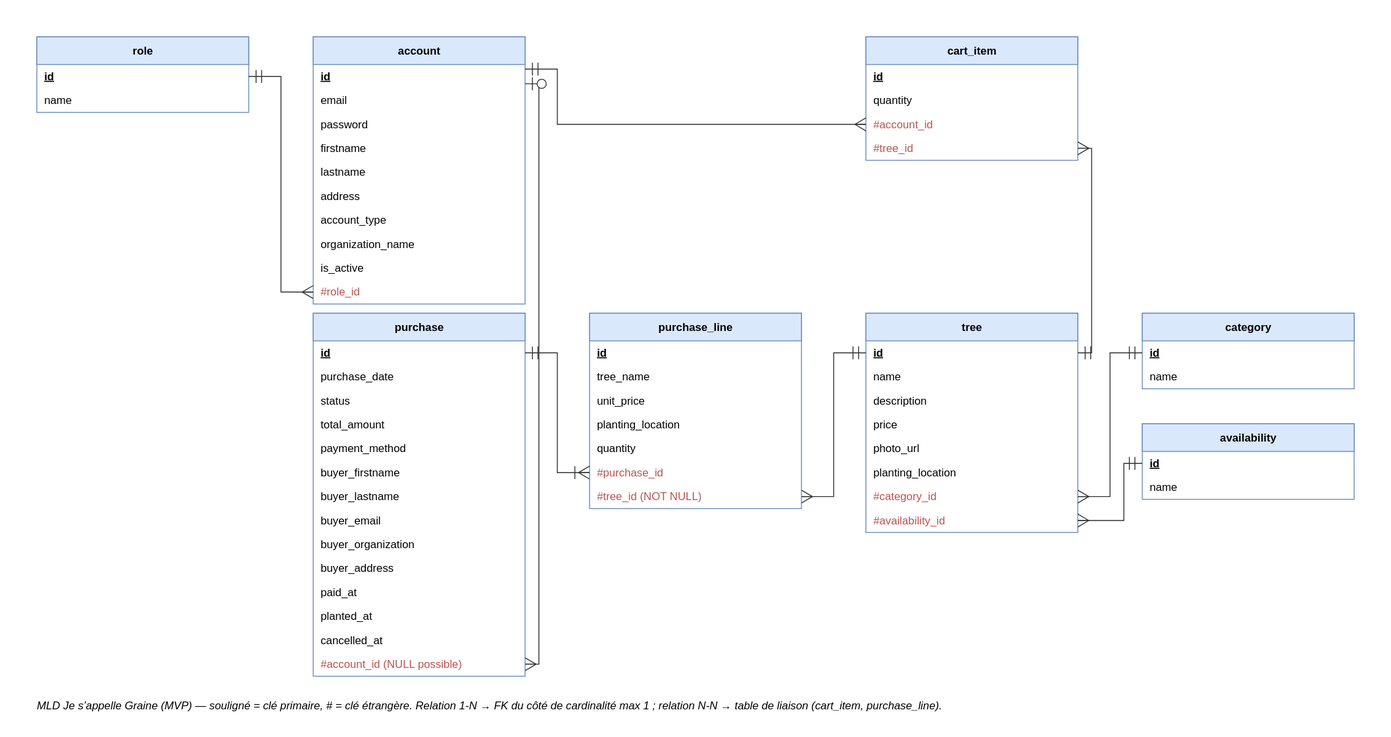
The draw.io diagram docs/conception/modele-de-donnees/06b-mld.drawio.svg in DimitryDereppe/je-s-appelle-graine, before a commit. Source tidied: cells renumbered, new cells last; positions are measured from the earlier drawing's top-left corner, leaving out a move shared by most shapes.
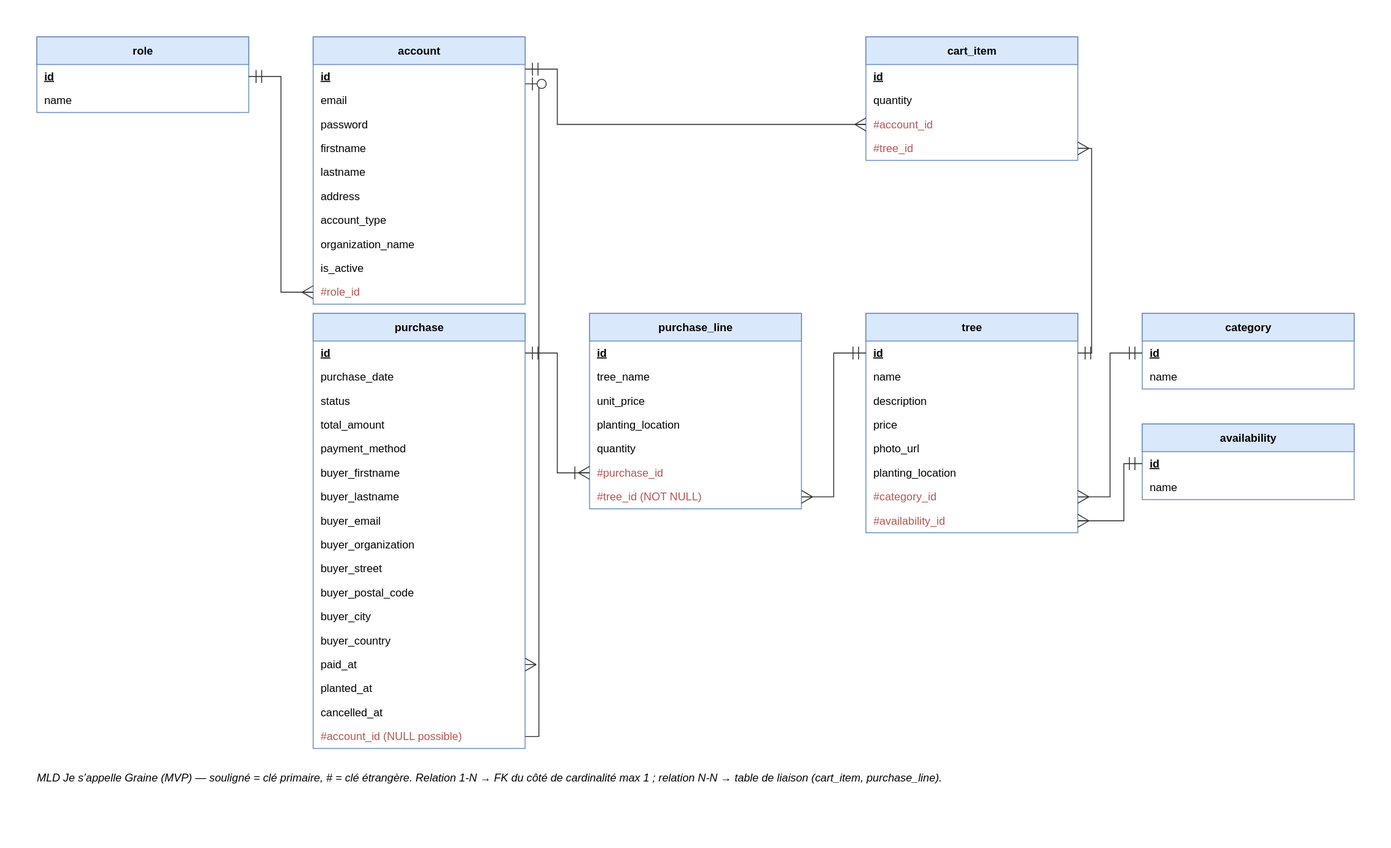
Later version of the same file.

The edit, as a diff of the source:
```diff
@@ -60,7 +60,7 @@
       <mxGeometry y="108" width="230" height="26" as="geometry" />
     </mxCell>
     <mxCell id="21" value="purchase" style="swimlane;fontStyle=1;align=center;startSize=30;html=1;whiteSpace=wrap;fillColor=#dae8fc;strokeColor=#6c8ebf;horizontal=1;" parent="1" vertex="1">
-      <mxGeometry x="300" y="300" width="230" height="394" as="geometry" />
+      <mxGeometry x="300" y="300" width="230" height="472" as="geometry" />
     </mxCell>
     <mxCell id="22" value="&lt;u&gt;&lt;b&gt;id&lt;/b&gt;&lt;/u&gt;" style="text;html=1;align=left;verticalAlign=middle;spacingLeft=8;strokeColor=none;fillColor=none;" parent="21" vertex="1">
       <mxGeometry y="30" width="230" height="26" as="geometry" />
@@ -89,20 +89,29 @@
     <mxCell id="30" value="buyer_organization" style="text;html=1;align=left;verticalAlign=middle;spacingLeft=8;strokeColor=none;fillColor=none;" parent="21" vertex="1">
       <mxGeometry y="238" width="230" height="26" as="geometry" />
     </mxCell>
-    <mxCell id="31" value="buyer_address" style="text;html=1;align=left;verticalAlign=middle;spacingLeft=8;strokeColor=none;fillColor=none;" parent="21" vertex="1">
-      <mxGeometry y="264" width="230" height="26" as="geometry" />
-    </mxCell>
+    <mxCell id="68" value="buyer_street" style="text;html=1;align=left;verticalAlign=middle;spacingLeft=8;strokeColor=none;fillColor=none;" parent="21" vertex="1">
+      <mxGeometry y="264" width="230" height="26" as="geometry" />
+    </mxCell>
+    <mxCell id="69" value="buyer_postal_code" style="text;html=1;align=left;verticalAlign=middle;spacingLeft=8;strokeColor=none;fillColor=none;" parent="21" vertex="1">
+      <mxGeometry y="290" width="230" height="26" as="geometry" />
+    </mxCell>
+    <mxCell id="70" value="buyer_city" style="text;html=1;align=left;verticalAlign=middle;spacingLeft=8;strokeColor=none;fillColor=none;" parent="21" vertex="1">
+      <mxGeometry y="316" width="230" height="26" as="geometry" />
+    </mxCell>
+    <mxCell id="71" value="buyer_country" style="text;html=1;align=left;verticalAlign=middle;spacingLeft=8;strokeColor=none;fillColor=none;" parent="21" vertex="1">
+      <mxGeometry y="342" width="230" height="26" as="geometry" />
+    </mxCell>
     <mxCell id="32" value="paid_at" style="text;html=1;align=left;verticalAlign=middle;spacingLeft=8;strokeColor=none;fillColor=none;" parent="21" vertex="1">
-      <mxGeometry y="290" width="230" height="26" as="geometry" />
+      <mxGeometry y="368" width="230" height="26" as="geometry" />
     </mxCell>
     <mxCell id="33" value="planted_at" style="text;html=1;align=left;verticalAlign=middle;spacingLeft=8;strokeColor=none;fillColor=none;" parent="21" vertex="1">
-      <mxGeometry y="316" width="230" height="26" as="geometry" />
+      <mxGeometry y="394" width="230" height="26" as="geometry" />
     </mxCell>
     <mxCell id="34" value="cancelled_at" style="text;html=1;align=left;verticalAlign=middle;spacingLeft=8;strokeColor=none;fillColor=none;" parent="21" vertex="1">
-      <mxGeometry y="342" width="230" height="26" as="geometry" />
+      <mxGeometry y="420" width="230" height="26" as="geometry" />
     </mxCell>
     <mxCell id="35" value="#account_id (NULL possible)" style="text;html=1;align=left;verticalAlign=middle;spacingLeft=8;strokeColor=none;fillColor=none;fontColor=#b85450;" parent="21" vertex="1">
-      <mxGeometry y="368" width="230" height="26" as="geometry" />
+      <mxGeometry y="446" width="230" height="26" as="geometry" />
     </mxCell>
     <mxCell id="36" value="purchase_line" style="swimlane;fontStyle=1;align=center;startSize=30;html=1;whiteSpace=wrap;fillColor=#dae8fc;strokeColor=#6c8ebf;horizontal=1;" parent="1" vertex="1">
       <mxGeometry x="600" y="300" width="230" height="212" as="geometry" />
@@ -198,7 +207,7 @@
       <mxGeometry relative="1" as="geometry" />
     </mxCell>
     <mxCell id="67" value="MLD Je s’appelle Graine (MVP) — souligné = clé primaire, # = clé étrangère. Relation 1-N → FK du côté de cardinalité max 1 ; relation N-N → table de liaison (cart_item, purchase_line)." style="text;html=1;whiteSpace=wrap;align=left;fontStyle=2;" parent="1" vertex="1">
-      <mxGeometry y="714" width="560" height="50" as="geometry" />
+      <mxGeometry y="792" width="560" height="50" as="geometry" />
     </mxCell>
   </root>
 </mxGraphModel>
```
